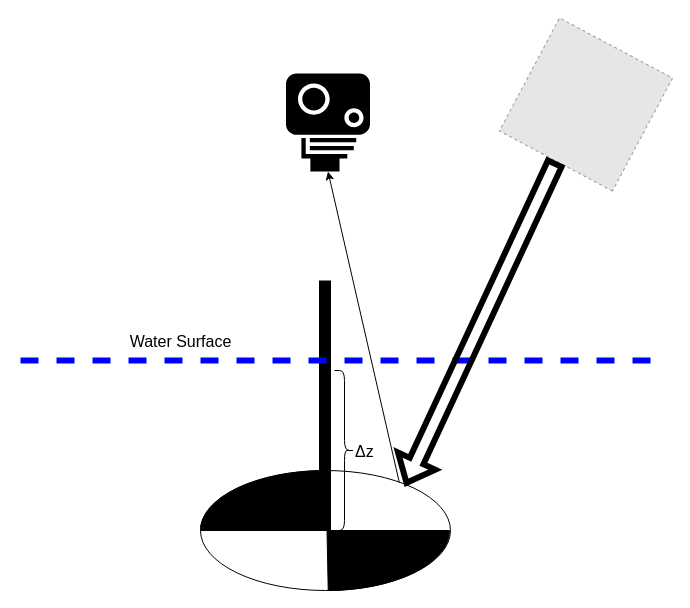
Above: report/secchi_disk_approach.drawio in itay-mal/water_turbidity_project (draw.io), before the change. Source tidied: cells renumbered, new cells numbered last; positions are measured from the earlier drawing's top-left corner, leaving out a move shared by most shapes. Both pictures are drawn from the tidied source at 100%, with x=0, y=0 at pixel (20, 40). Pictures stored in the file or linked from it are replaced by grey dashed boxes.
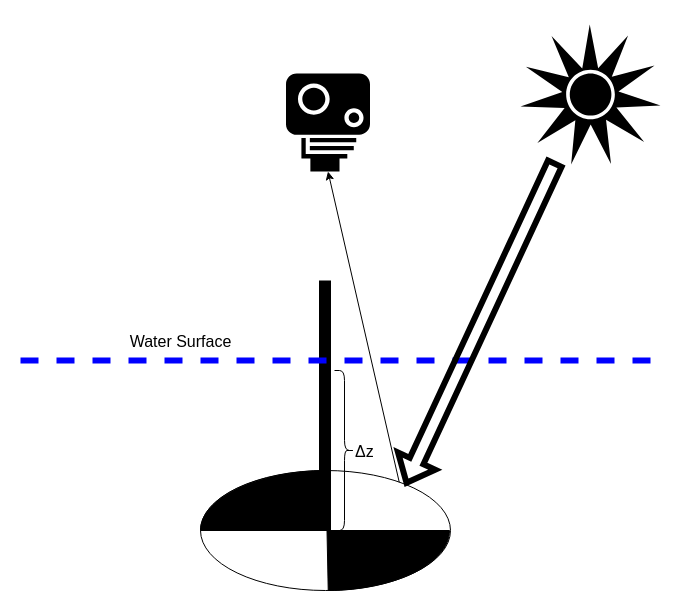
The same page after the edit.

The edit, as a diff of the source:
```diff
@@
 <mxGraphModel>
   <root>
     <mxCell id="0" />
     <mxCell id="1" parent="0" />
     <mxCell id="2" style="group;" parent="1" vertex="1">
       <mxGeometry x="180" y="430" width="255" height="120" as="geometry" />
     </mxCell>
     <mxCell id="3" style="ellipse;whiteSpace=wrap;html=1;fillColor=#FFFFFF;" parent="2" vertex="1">
       <mxGeometry width="250" height="120" as="geometry" />
     </mxCell>
     <mxCell id="4" style="verticalLabelPosition=bottom;verticalAlign=top;html=1;shape=mxgraph.basic.pie;startAngle=0.75;endAngle=0.9984085036175459;fillColor=#000000;" parent="2" vertex="1">
       <mxGeometry width="255" height="120" as="geometry" />
     </mxCell>
     <mxCell id="5" style="verticalLabelPosition=bottom;verticalAlign=top;html=1;shape=mxgraph.basic.pie;startAngle=0.75;endAngle=0.9984085036175459;fillColor=#000000;rotation=-180;" parent="2" vertex="1">
       <mxGeometry x="4" width="245" height="120" as="geometry" />
     </mxCell>
     <mxCell id="6" style="endArrow=none;html=1;rounded=0;strokeWidth=12;" parent="1" edge="1">
       <mxGeometry relative="1" as="geometry">
         <mxPoint x="304.5" y="490" as="sourcePoint" />
         <mxPoint x="304.5" y="240" as="targetPoint" />
       </mxGeometry>
     </mxCell>
     <mxCell id="7" style="endArrow=none;dashed=1;html=1;rounded=0;strokeWidth=6;strokeColor=#0000FF;" parent="1" edge="1">
       <mxGeometry relative="1" as="geometry">
         <mxPoint y="320" as="sourcePoint" />
         <mxPoint x="640" y="320" as="targetPoint" />
       </mxGeometry>
     </mxCell>
     <mxCell id="8" value="&lt;font style=&quot;font-size: 16px&quot;&gt;Water Surface&lt;/font&gt;" style="edgeLabel;html=1;align=center;verticalAlign=middle;" parent="7" vertex="1">
       <mxGeometry x="0.3" y="1" relative="1" as="geometry">
         <mxPoint x="-257" y="-19" as="offset" />
       </mxGeometry>
     </mxCell>
     <mxCell id="9" style="shape=curlyBracket;whiteSpace=wrap;html=1;rounded=1;flipH=1;fontSize=16;fillColor=#FFFFFF;" parent="1" vertex="1">
       <mxGeometry x="314" y="330" width="20" height="160" as="geometry" />
     </mxCell>
     <mxCell id="10" value="&lt;p class=&quot;MsoNormal&quot;&gt;&lt;span lang=&quot;EN-US&quot;&gt;&lt;font style=&quot;font-size: 16px&quot;&gt;Δz&lt;/font&gt;&lt;/span&gt;&lt;/p&gt;" style="text;html=1;strokeColor=none;fillColor=none;spacing=5;spacingTop=-20;whiteSpace=wrap;overflow=hidden;rounded=0;labelBackgroundColor=none;" parent="1" vertex="1">
       <mxGeometry x="330" y="400" width="30" height="20" as="geometry" />
     </mxCell>
     <mxCell id="11" style="shape=mxgraph.signs.tech.camera_1;html=1;fillColor=#000000;strokeColor=none;verticalLabelPosition=bottom;verticalAlign=top;align=center;rotation=90;" parent="1" vertex="1">
       <mxGeometry x="258.5" y="40" width="98" height="84" as="geometry" />
     </mxCell>
-    <mxCell id="12" style="fillColor=#E6E6E6;strokeColor=#999999;dashed=1;html=1;verticalAlign=top;verticalLabelPosition=bottom;labelBackgroundColor=#ffffff;rotation=-152;" parent="1" vertex="1">
-      <mxGeometry x="501.5" width="128" height="128" as="geometry" />
-    </mxCell>
-    <mxCell id="13" style="shape=flexArrow;endArrow=classic;html=1;rounded=0;fontSize=16;strokeColor=#000000;strokeWidth=6;entryX=0.819;entryY=0.125;entryDx=0;entryDy=0;entryPerimeter=0;exitX=0.5;exitY=0;exitDx=0;exitDy=0;" parent="1" edge="1" source="12" target="3">
-      <mxGeometry relative="1" as="geometry" />
+    <mxCell id="13" style="shape=flexArrow;endArrow=classic;html=1;rounded=0;fontSize=16;strokeColor=#000000;strokeWidth=6;entryX=0.819;entryY=0.125;entryDx=0;entryDy=0;entryPerimeter=0;exitX=0.5;exitY=0;exitDx=0;exitDy=0;" parent="1" edge="1" target="3">
+      <mxGeometry relative="1" as="geometry">
+        <mxPoint x="535.5" y="120.5" as="sourcePoint" />
+      </mxGeometry>
     </mxCell>
     <mxCell id="14" style="endArrow=classic;html=1;rounded=0;entryX=1;entryY=0.5;entryDx=0;entryDy=0;entryPerimeter=0;exitX=0.795;exitY=0.098;exitDx=0;exitDy=0;exitPerimeter=0;" parent="1" edge="1" source="3" target="11">
       <mxGeometry relative="1" as="geometry" />
     </mxCell>
+    <mxCell id="15" style="shape=mxgraph.signs.nature.sun_2;html=1;fillColor=#000000;strokeColor=none;verticalLabelPosition=bottom;verticalAlign=top;align=center;dashed=1;strokeWidth=3;fontSize=20;" parent="1" vertex="1">
+      <mxGeometry x="500" y="-16" width="140" height="140" as="geometry" />
+    </mxCell>
   </root>
 </mxGraphModel>
```
